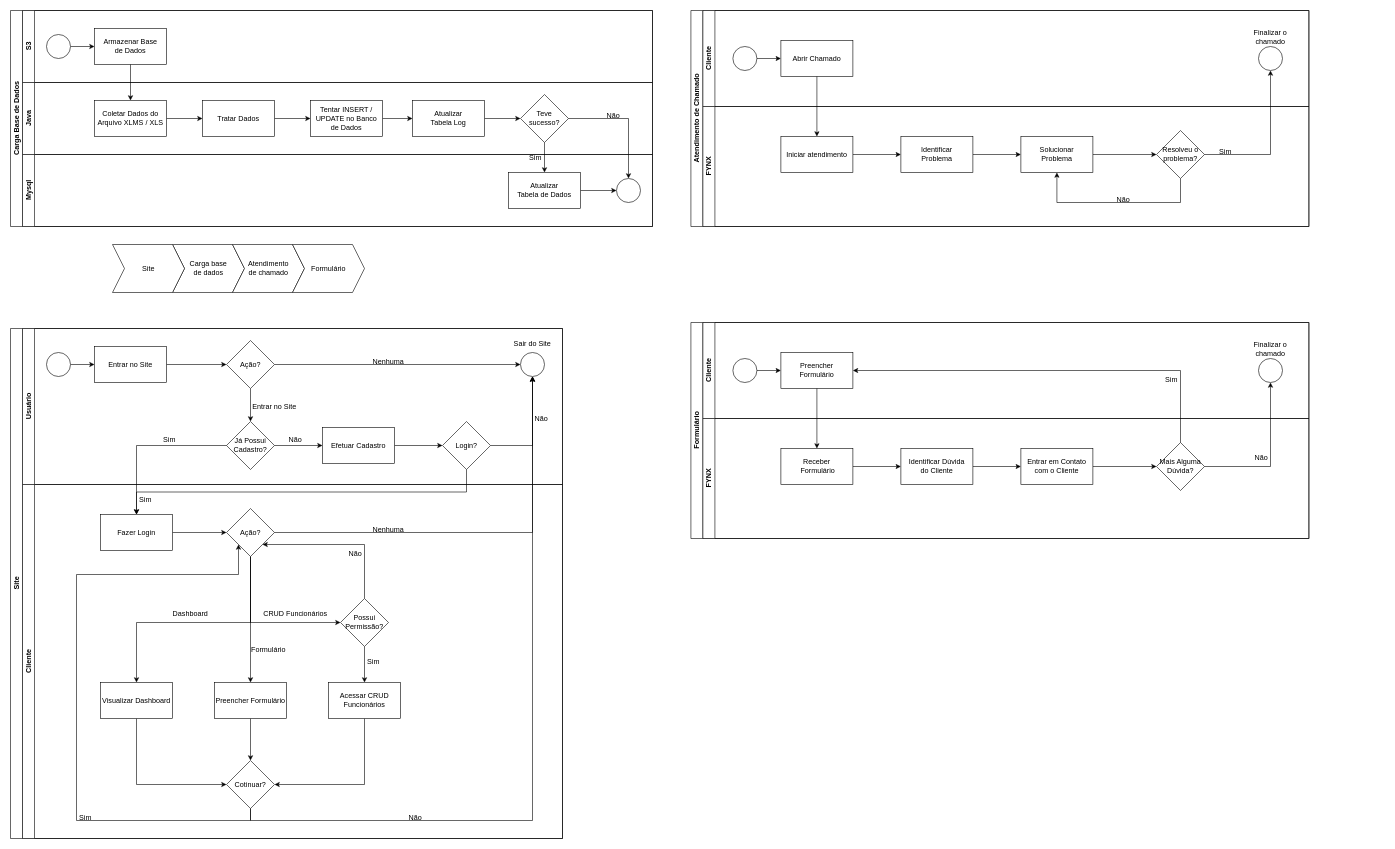
Above: Diagramas/BPMN.drawio in ViniEguchi/FYNX (draw.io), before the change. Source tidied: cells renumbered, new cells numbered last; positions are measured from the earlier drawing's top-left corner, leaving out a move shared by most shapes. Both pictures are drawn from the tidied source at 60%, with x=0, y=0 at pixel (10, 10).
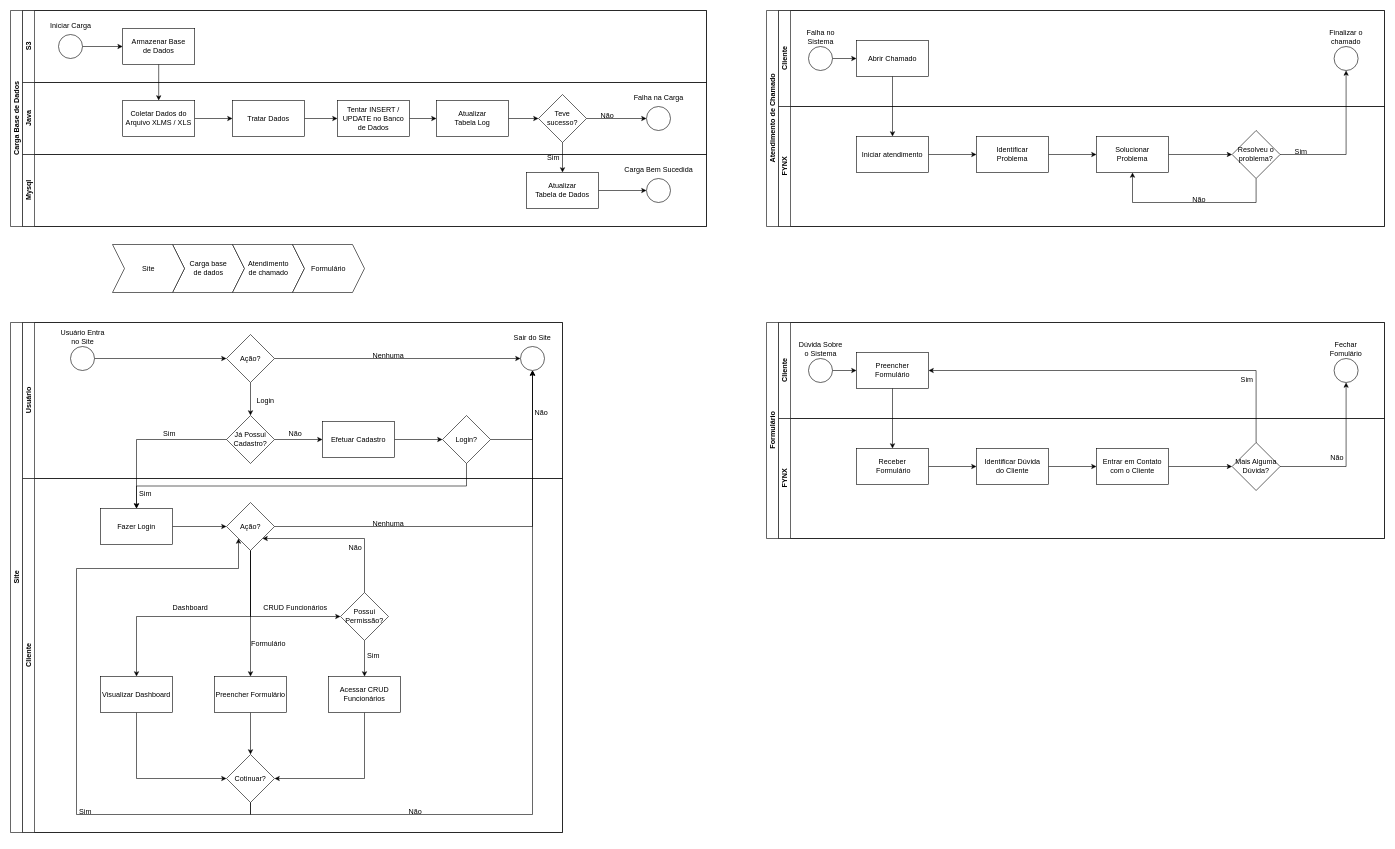
After the change.

Commit message (it also covers changes not shown here):
fix: adicionando descrição nas circulos de inicio e fim de processo (#73)

Unchanged cells that the change refers to:
```xml
<mxCell id="5" value="Usuário" style="swimlane;startSize=20;horizontal=0;html=1;" parent="4" vertex="1">
  <mxGeometry x="20" width="900" height="260" as="geometry" />
</mxCell>
<mxCell id="13" value="Ação?" style="rhombus;whiteSpace=wrap;html=1;" parent="5" vertex="1">
  <mxGeometry x="340" y="20" width="80" height="80" as="geometry" />
</mxCell>
<mxCell id="58" value="Cliente" style="swimlane;startSize=20;horizontal=0;html=1;" parent="57" vertex="1">
  <mxGeometry x="20" width="1010" height="160" as="geometry" />
</mxCell>
<mxCell id="115" value="Cliente" style="swimlane;startSize=20;horizontal=0;html=1;" parent="114" vertex="1">
  <mxGeometry x="20" width="1010" height="160" as="geometry" />
</mxCell>
```

What changed in the source:
```diff
@@
     <mxCell id="4" value="Site" style="swimlane;horizontal=0;startSize=20;html=1;" parent="1" vertex="1">
-      <mxGeometry y="530" width="920" height="850" as="geometry" />
+      <mxGeometry y="520" width="920" height="850" as="geometry" />
     </mxCell>
@@
-    <mxCell id="6" style="edgeStyle=orthogonalEdgeStyle;rounded=0;jettySize=auto;html=1;" parent="5" edge="1" source="7" target="10">
-      <mxGeometry relative="1" as="geometry" />
-    </mxCell>
+    <mxCell id="136" style="edgeStyle=orthogonalEdgeStyle;rounded=0;jettySize=auto;html=1;exitX=1;exitY=0.5;exitDx=0;exitDy=0;entryX=0;entryY=0.5;entryDx=0;entryDy=0;" parent="5" edge="1" source="7" target="13">
+      <mxGeometry relative="1" as="geometry" />
+    </mxCell>
     <mxCell id="7" style="ellipse;whiteSpace=wrap;html=1;" parent="5" vertex="1">
-      <mxGeometry x="40" y="40" width="40" height="40" as="geometry" />
+      <mxGeometry x="80" y="40" width="40" height="40" as="geometry" />
     </mxCell>
@@
-    <mxCell id="9" style="edgeStyle=orthogonalEdgeStyle;rounded=0;jettySize=auto;html=1;" parent="5" edge="1" source="10" target="13">
-      <mxGeometry relative="1" as="geometry" />
-    </mxCell>
-    <mxCell id="10" value="Entrar no Site" style="whiteSpace=wrap;html=1;" parent="5" vertex="1">
-      <mxGeometry x="120" y="30" width="120" height="60" as="geometry" />
-    </mxCell>
@@
-    <mxCell id="23" value="Entrar no Site" style="text;html=1;align=center;verticalAlign=middle;whiteSpace=wrap;rounded=0;" parent="5" vertex="1">
-      <mxGeometry x="380" y="115" width="80" height="30" as="geometry" />
+    <mxCell id="23" value="Login" style="text;html=1;align=center;verticalAlign=middle;whiteSpace=wrap;rounded=0;" parent="5" vertex="1">
+      <mxGeometry x="380" y="115" width="50" height="30" as="geometry" />
     </mxCell>
@@
+    <mxCell id="137" value="Usuário Entra&lt;div&gt;no Site&lt;/div&gt;" style="text;html=1;align=center;verticalAlign=middle;strokeColor=none;fillColor=none;" parent="5" vertex="1">
+      <mxGeometry x="50" y="5" width="100" height="40" as="geometry" />
+    </mxCell>
@@
     <mxCell id="57" value="Atendimento de Chamado" style="swimlane;horizontal=0;startSize=20;html=1;" parent="1" vertex="1">
-      <mxGeometry x="1134" width="1030" height="360" as="geometry" />
+      <mxGeometry x="1260" width="1030" height="360" as="geometry" />
     </mxCell>
@@
+    <mxCell id="138" value="Falha no&lt;div&gt;Sistema&lt;/div&gt;" style="text;html=1;align=center;verticalAlign=middle;strokeColor=none;fillColor=none;" parent="58" vertex="1">
+      <mxGeometry x="35" y="25" width="70" height="40" as="geometry" />
+    </mxCell>
@@
     <mxCell id="78" value="Carga Base de Dados" style="swimlane;horizontal=0;startSize=20;html=1;" parent="1" vertex="1">
-      <mxGeometry width="1070" height="360" as="geometry" />
+      <mxGeometry width="1160" height="360" as="geometry" />
     </mxCell>
     <mxCell id="79" value="S3" style="swimlane;startSize=20;horizontal=0;html=1;" parent="78" vertex="1">
-      <mxGeometry x="20" width="1050" height="120" as="geometry" />
+      <mxGeometry x="20" width="1140" height="120" as="geometry" />
     </mxCell>
@@
     <mxCell id="83" style="ellipse;whiteSpace=wrap;html=1;" parent="79" vertex="1">
-      <mxGeometry x="40" y="40" width="40" height="40" as="geometry" />
+      <mxGeometry x="60" y="40" width="40" height="40" as="geometry" />
     </mxCell>
     <mxCell id="84" value="Armazenar Base&lt;div&gt;de Dados&lt;/div&gt;" style="whiteSpace=wrap;html=1;" parent="79" vertex="1">
-      <mxGeometry x="120" y="30" width="120" height="60" as="geometry" />
+      <mxGeometry x="167" y="30" width="120" height="60" as="geometry" />
     </mxCell>
+    <mxCell id="139" value="Iniciar Carga" style="text;html=1;align=center;verticalAlign=middle;strokeColor=none;fillColor=none;" parent="79" vertex="1">
+      <mxGeometry x="35" y="10" width="90" height="30" as="geometry" />
+    </mxCell>
@@
     <mxCell id="86" value="Java" style="swimlane;startSize=20;horizontal=0;html=1;" parent="78" vertex="1">
-      <mxGeometry x="20" y="120" width="1050" height="120" as="geometry" />
+      <mxGeometry x="20" y="120" width="1140" height="120" as="geometry" />
     </mxCell>
@@
     <mxCell id="93" value="Coletar Dados do Arquivo XLMS / XLS" style="whiteSpace=wrap;html=1;" parent="86" vertex="1">
-      <mxGeometry x="120" y="30" width="120" height="60" as="geometry" />
+      <mxGeometry x="167" y="30" width="120" height="60" as="geometry" />
     </mxCell>
@@
     <mxCell id="95" value="Tratar Dados" style="whiteSpace=wrap;html=1;" parent="86" vertex="1">
-      <mxGeometry x="300" y="30" width="120" height="60" as="geometry" />
+      <mxGeometry x="350" y="30" width="120" height="60" as="geometry" />
     </mxCell>
@@
     <mxCell id="97" value="Tentar INSERT / UPDATE no Banco de Dados" style="whiteSpace=wrap;html=1;" parent="86" vertex="1">
-      <mxGeometry x="480" y="30" width="120" height="60" as="geometry" />
+      <mxGeometry x="525" y="30" width="120" height="60" as="geometry" />
     </mxCell>
+    <mxCell id="140" style="edgeStyle=orthogonalEdgeStyle;rounded=0;jettySize=auto;html=1;exitX=1;exitY=0.5;exitDx=0;exitDy=0;entryX=0;entryY=0.5;entryDx=0;entryDy=0;" parent="86" edge="1" source="98" target="141">
+      <mxGeometry relative="1" as="geometry" />
+    </mxCell>
     <mxCell id="98" value="Teve sucesso?" style="rhombus;whiteSpace=wrap;html=1;" parent="86" vertex="1">
-      <mxGeometry x="830" y="20" width="80" height="80" as="geometry" />
+      <mxGeometry x="860" y="20" width="80" height="80" as="geometry" />
     </mxCell>
@@
     <mxCell id="100" value="Atualizar&lt;div&gt;&lt;span style=&quot;background-color: transparent; color: light-dark(rgb(0, 0, 0), rgb(255, 255, 255));&quot;&gt;Tabela Log&lt;/span&gt;&lt;/div&gt;" style="whiteSpace=wrap;html=1;" parent="86" vertex="1">
-      <mxGeometry x="650" y="30" width="120" height="60" as="geometry" />
+      <mxGeometry x="690" y="30" width="120" height="60" as="geometry" />
     </mxCell>
     <mxCell id="101" value="Não" style="text;html=1;align=center;verticalAlign=middle;whiteSpace=wrap;rounded=0;" parent="86" vertex="1">
-      <mxGeometry x="970" y="40" width="30" height="30" as="geometry" />
+      <mxGeometry x="960" y="40" width="30" height="30" as="geometry" />
     </mxCell>
+    <mxCell id="141" style="ellipse;whiteSpace=wrap;html=1;" parent="86" vertex="1">
+      <mxGeometry x="1040" y="40" width="40" height="40" as="geometry" />
+    </mxCell>
+    <mxCell id="142" value="Falha na Carga" style="text;html=1;align=center;verticalAlign=middle;strokeColor=none;fillColor=none;" parent="86" vertex="1">
+      <mxGeometry x="1005" y="10" width="110" height="30" as="geometry" />
+    </mxCell>
@@
     <mxCell id="103" value="Mysql" style="swimlane;startSize=20;horizontal=0;html=1;" parent="78" vertex="1">
-      <mxGeometry x="20" y="240" width="1050" height="120" as="geometry" />
+      <mxGeometry x="20" y="240" width="1140" height="120" as="geometry" />
     </mxCell>
@@
     <mxCell id="106" style="ellipse;whiteSpace=wrap;html=1;" parent="103" vertex="1">
-      <mxGeometry x="990" y="40" width="40" height="40" as="geometry" />
+      <mxGeometry x="1040" y="40" width="40" height="40" as="geometry" />
     </mxCell>
@@
     <mxCell id="108" value="Atualizar&lt;div&gt;Tabela de Dados&lt;/div&gt;" style="whiteSpace=wrap;html=1;" parent="103" vertex="1">
-      <mxGeometry x="810" y="30" width="120" height="60" as="geometry" />
+      <mxGeometry x="840" y="30" width="120" height="60" as="geometry" />
     </mxCell>
     <mxCell id="109" value="Sim" style="text;html=1;align=center;verticalAlign=middle;whiteSpace=wrap;rounded=0;" parent="103" vertex="1">
-      <mxGeometry x="840" y="-10" width="30" height="30" as="geometry" />
+      <mxGeometry x="870" y="-10" width="30" height="30" as="geometry" />
     </mxCell>
+    <mxCell id="143" value="Carga Bem Sucedida" style="text;html=1;align=center;verticalAlign=middle;strokeColor=none;fillColor=none;" parent="103" vertex="1">
+      <mxGeometry x="990" y="10" width="140" height="30" as="geometry" />
+    </mxCell>
@@
-    <mxCell id="112" style="edgeStyle=orthogonalEdgeStyle;rounded=0;jettySize=auto;html=1;exitX=1;exitY=0.5;exitDx=0;exitDy=0;entryX=0.5;entryY=0;entryDx=0;entryDy=0;" parent="78" edge="1" source="98" target="106">
-      <mxGeometry relative="1" as="geometry" />
-    </mxCell>
@@
     <mxCell id="114" value="Formulário" style="swimlane;horizontal=0;startSize=20;html=1;" parent="1" vertex="1">
-      <mxGeometry x="1134" y="520" width="1030" height="360" as="geometry" />
+      <mxGeometry x="1260" y="520" width="1030" height="360" as="geometry" />
     </mxCell>
@@
-    <mxCell id="120" value="Finalizar o chamado" style="text;html=1;align=center;verticalAlign=middle;whiteSpace=wrap;rounded=0;" parent="115" vertex="1">
+    <mxCell id="120" value="Fechar Fomulário" style="text;html=1;align=center;verticalAlign=middle;whiteSpace=wrap;rounded=0;" parent="115" vertex="1">
       <mxGeometry x="906" y="30" width="80" height="30" as="geometry" />
     </mxCell>
@@
+    <mxCell id="144" value="Dúvida Sobre&lt;div&gt;o Sistema&lt;/div&gt;" style="text;html=1;align=center;verticalAlign=middle;strokeColor=none;fillColor=none;" parent="115" vertex="1">
+      <mxGeometry x="20" y="25" width="100" height="40" as="geometry" />
+    </mxCell>
```
